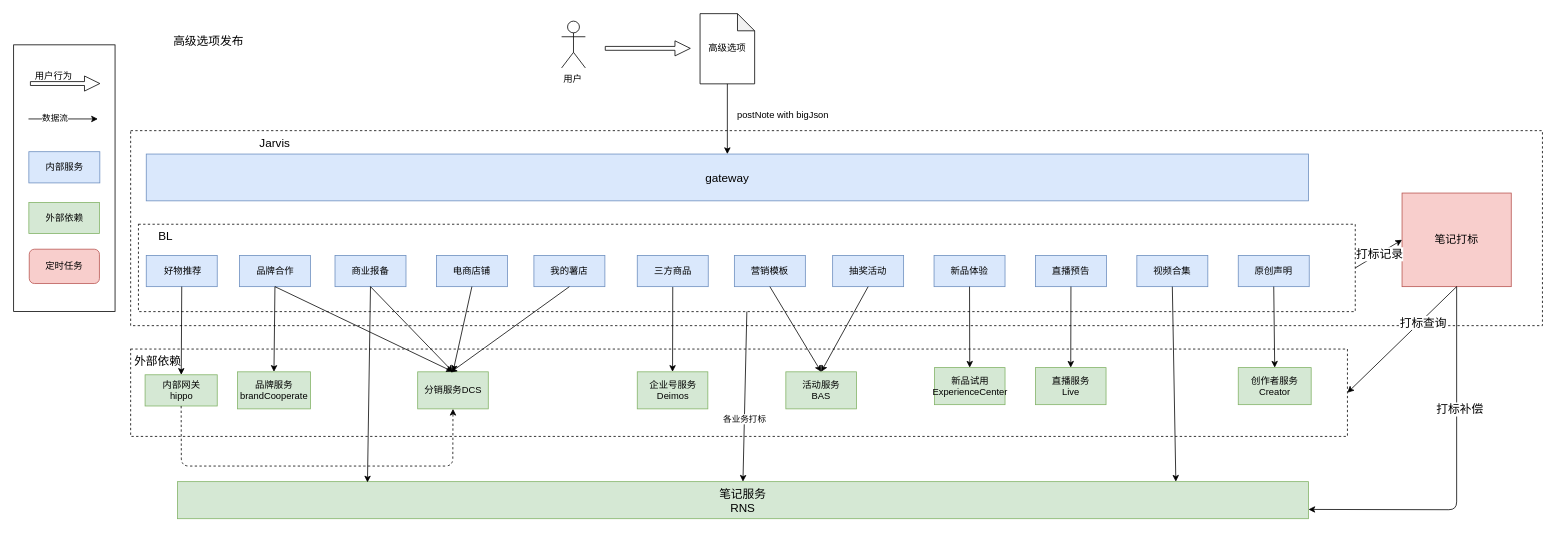
Earlier version of the draw.io diagram page "Page-1" (1 of 2) of xiaohongshu/高级选项架构图.drawio (windfansy/drawio). Source tidied: cells renumbered, new cells numbered last; positions are measured from the earlier drawing's top-left corner, leaving out a move shared by most shapes. Both pictures are drawn from the tidied source at 78%, with x=0, y=0 at pixel (13, 13).
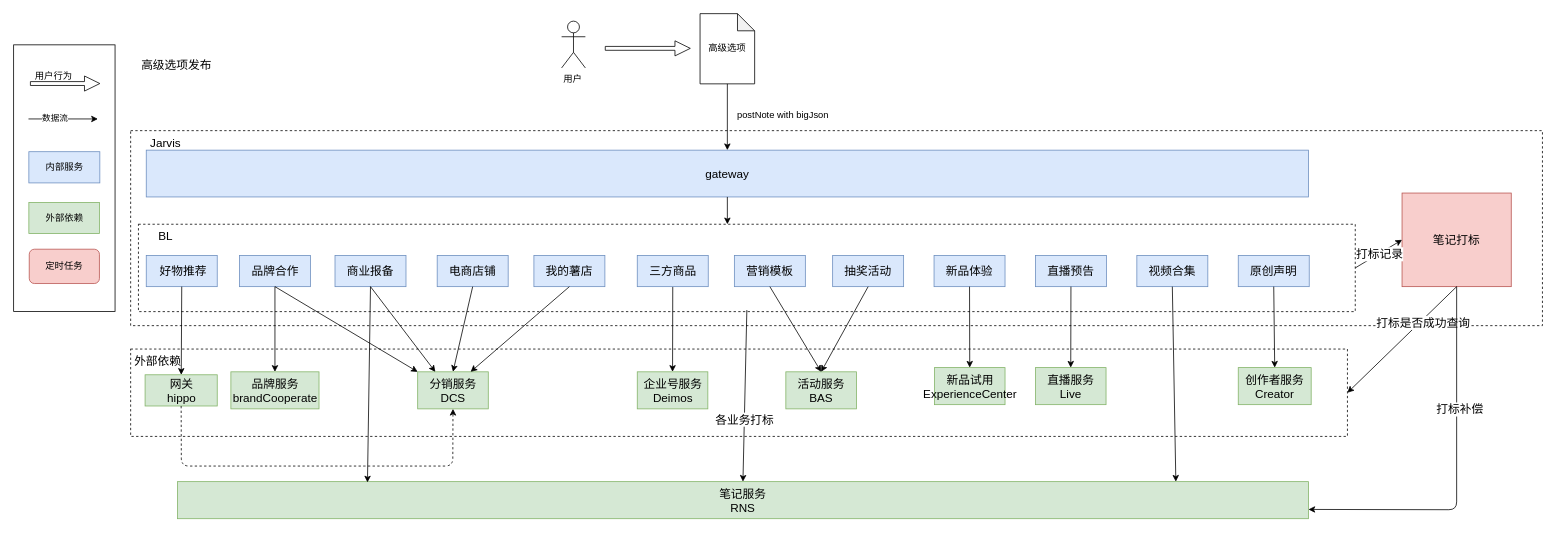
The same diagram, later.

The change refers to these unchanged cells:
```xml
<mxCell id="4" style="rounded=0;whiteSpace=wrap;html=1;dashed=1;fontSize=15;" parent="1" vertex="1">
  <mxGeometry x="160" y="270" width="1560" height="112" as="geometry" />
</mxCell>
<mxCell id="40" value="笔记服务&lt;br style=&quot;font-size: 15px;&quot;&gt;RNS" style="rounded=0;whiteSpace=wrap;html=1;fillColor=#d5e8d4;strokeColor=#82b366;fontSize=15;" parent="1" vertex="1">
  <mxGeometry x="210" y="600" width="1450" height="47.5" as="geometry" />
</mxCell>
<mxCell id="62" style="endArrow=classic;html=1;exitX=0.5;exitY=1;exitDx=0;exitDy=0;entryX=1;entryY=0.5;entryDx=0;entryDy=0;" parent="1" edge="1" source="61" target="2">
  <mxGeometry relative="1" as="geometry" />
</mxCell>
```

What changed in the source:
```diff
@@
     <mxCell id="7" value="gateway" style="rounded=0;whiteSpace=wrap;html=1;fillColor=#dae8fc;strokeColor=#6c8ebf;fontSize=15;" parent="1" vertex="1">
-      <mxGeometry x="170" y="180" width="1490" height="60" as="geometry" />
+      <mxGeometry x="170" y="175" width="1490" height="60" as="geometry" />
     </mxCell>
-    <mxCell id="8" value="分销服务DCS" style="rounded=0;whiteSpace=wrap;html=1;fillColor=#d5e8d4;strokeColor=#82b366;verticalAlign=middle;" parent="1" vertex="1">
+    <mxCell id="8" value="分销服务DCS" style="rounded=0;whiteSpace=wrap;html=1;fillColor=#d5e8d4;strokeColor=#82b366;verticalAlign=middle;fontSize=15;" parent="1" vertex="1">
       <mxGeometry x="518" y="459.2" width="90.5" height="47.5" as="geometry" />
     </mxCell>
@@
-    <mxCell id="10" value="内部网关&lt;br&gt;hippo" style="rounded=0;whiteSpace=wrap;html=1;fillColor=#d5e8d4;strokeColor=#82b366;" parent="1" vertex="1">
+    <mxCell id="10" value="网关&lt;br style=&quot;font-size: 15px&quot;&gt;hippo" style="rounded=0;whiteSpace=wrap;html=1;fillColor=#d5e8d4;strokeColor=#82b366;fontSize=15;" parent="1" vertex="1">
       <mxGeometry x="168.5" y="463" width="92.5" height="40" as="geometry" />
     </mxCell>
@@
     <mxCell id="15" value="高级选项发布" style="text;html=1;strokeColor=none;fillColor=none;align=center;verticalAlign=middle;whiteSpace=wrap;rounded=0;fontSize=15;" parent="1" vertex="1">
-      <mxGeometry x="168.5" width="161.5" height="70" as="geometry" />
+      <mxGeometry x="128" y="30" width="161.5" height="70" as="geometry" />
     </mxCell>
-    <mxCell id="16" value="&amp;nbsp;好物推荐" style="rounded=0;whiteSpace=wrap;html=1;fillColor=#dae8fc;strokeColor=#6c8ebf;" parent="1" vertex="1">
+    <mxCell id="16" value="&amp;nbsp;好物推荐" style="rounded=0;whiteSpace=wrap;html=1;fillColor=#dae8fc;strokeColor=#6c8ebf;fontSize=15;" parent="1" vertex="1">
       <mxGeometry x="170" y="310" width="91" height="40" as="geometry" />
     </mxCell>
@@
     <mxCell id="25" value="Jarvis" style="text;html=1;strokeColor=none;fillColor=none;align=center;verticalAlign=middle;whiteSpace=wrap;rounded=0;fontSize=15;" parent="1" vertex="1">
-      <mxGeometry x="280" y="140" width="110" height="50" as="geometry" />
+      <mxGeometry x="140" y="140" width="110" height="50" as="geometry" />
     </mxCell>
@@
-    <mxCell id="27" value="品牌合作" style="rounded=0;whiteSpace=wrap;html=1;fillColor=#dae8fc;strokeColor=#6c8ebf;" parent="1" vertex="1">
+    <mxCell id="27" value="品牌合作" style="rounded=0;whiteSpace=wrap;html=1;fillColor=#dae8fc;strokeColor=#6c8ebf;fontSize=15;" parent="1" vertex="1">
       <mxGeometry x="289.5" y="310" width="91" height="40" as="geometry" />
     </mxCell>
-    <mxCell id="28" value="商业报备" style="rounded=0;whiteSpace=wrap;html=1;fillColor=#dae8fc;strokeColor=#6c8ebf;" parent="1" vertex="1">
+    <mxCell id="28" value="商业报备" style="rounded=0;whiteSpace=wrap;html=1;fillColor=#dae8fc;strokeColor=#6c8ebf;fontSize=15;" parent="1" vertex="1">
       <mxGeometry x="412" y="310" width="91" height="40" as="geometry" />
     </mxCell>
-    <mxCell id="29" value="新品体验" style="rounded=0;whiteSpace=wrap;html=1;fillColor=#dae8fc;strokeColor=#6c8ebf;" parent="1" vertex="1">
+    <mxCell id="29" value="新品体验" style="rounded=0;whiteSpace=wrap;html=1;fillColor=#dae8fc;strokeColor=#6c8ebf;fontSize=15;" parent="1" vertex="1">
       <mxGeometry x="1180" y="310" width="91" height="40" as="geometry" />
     </mxCell>
-    <mxCell id="30" value="三方商品" style="rounded=0;whiteSpace=wrap;html=1;fillColor=#dae8fc;strokeColor=#6c8ebf;" parent="1" vertex="1">
+    <mxCell id="30" value="三方商品" style="rounded=0;whiteSpace=wrap;html=1;fillColor=#dae8fc;strokeColor=#6c8ebf;fontSize=15;" parent="1" vertex="1">
       <mxGeometry x="799.5" y="310" width="91" height="40" as="geometry" />
     </mxCell>
-    <mxCell id="31" value="营销模板" style="rounded=0;whiteSpace=wrap;html=1;fillColor=#dae8fc;strokeColor=#6c8ebf;" parent="1" vertex="1">
+    <mxCell id="31" value="营销模板" style="rounded=0;whiteSpace=wrap;html=1;fillColor=#dae8fc;strokeColor=#6c8ebf;fontSize=15;" parent="1" vertex="1">
       <mxGeometry x="924" y="310" width="91" height="40" as="geometry" />
     </mxCell>
-    <mxCell id="32" value="抽奖活动" style="rounded=0;whiteSpace=wrap;html=1;fillColor=#dae8fc;strokeColor=#6c8ebf;" parent="1" vertex="1">
+    <mxCell id="32" value="抽奖活动" style="rounded=0;whiteSpace=wrap;html=1;fillColor=#dae8fc;strokeColor=#6c8ebf;fontSize=15;" parent="1" vertex="1">
       <mxGeometry x="1050" y="310" width="91" height="40" as="geometry" />
     </mxCell>
-    <mxCell id="33" value="电商店铺" style="rounded=0;whiteSpace=wrap;html=1;fillColor=#dae8fc;strokeColor=#6c8ebf;" parent="1" vertex="1">
-      <mxGeometry x="542" y="310" width="91" height="40" as="geometry" />
+    <mxCell id="33" value="电商店铺" style="rounded=0;whiteSpace=wrap;html=1;fillColor=#dae8fc;strokeColor=#6c8ebf;fontSize=15;" parent="1" vertex="1">
+      <mxGeometry x="543" y="310" width="91" height="40" as="geometry" />
     </mxCell>
-    <mxCell id="34" value="我的薯店" style="rounded=0;whiteSpace=wrap;html=1;fillColor=#dae8fc;strokeColor=#6c8ebf;" parent="1" vertex="1">
+    <mxCell id="34" value="我的薯店" style="rounded=0;whiteSpace=wrap;html=1;fillColor=#dae8fc;strokeColor=#6c8ebf;fontSize=15;" parent="1" vertex="1">
       <mxGeometry x="667" y="310" width="91" height="40" as="geometry" />
     </mxCell>
-    <mxCell id="35" value="直播预告" style="rounded=0;whiteSpace=wrap;html=1;fillColor=#dae8fc;strokeColor=#6c8ebf;" parent="1" vertex="1">
+    <mxCell id="35" value="直播预告" style="rounded=0;whiteSpace=wrap;html=1;fillColor=#dae8fc;strokeColor=#6c8ebf;fontSize=15;" parent="1" vertex="1">
       <mxGeometry x="1310" y="310" width="91" height="40" as="geometry" />
     </mxCell>
-    <mxCell id="36" value="视频合集" style="rounded=0;whiteSpace=wrap;html=1;fillColor=#dae8fc;strokeColor=#6c8ebf;" parent="1" vertex="1">
+    <mxCell id="36" value="视频合集" style="rounded=0;whiteSpace=wrap;html=1;fillColor=#dae8fc;strokeColor=#6c8ebf;fontSize=15;" parent="1" vertex="1">
       <mxGeometry x="1440" y="310" width="91" height="40" as="geometry" />
     </mxCell>
-    <mxCell id="37" value="原创声明" style="rounded=0;whiteSpace=wrap;html=1;fillColor=#dae8fc;strokeColor=#6c8ebf;" parent="1" vertex="1">
+    <mxCell id="37" value="原创声明" style="rounded=0;whiteSpace=wrap;html=1;fillColor=#dae8fc;strokeColor=#6c8ebf;fontSize=15;" parent="1" vertex="1">
       <mxGeometry x="1570" y="310" width="91" height="40" as="geometry" />
     </mxCell>
-    <mxCell id="38" style="endArrow=classic;html=1;fontSize=15;exitX=0.5;exitY=1;exitDx=0;exitDy=0;dashed=1;entryX=0.5;entryY=1;entryDx=0;entryDy=0;" parent="1" edge="1" source="10" target="8">
+    <mxCell id="38" style="endArrow=classic;html=1;fontSize=15;exitX=0.5;exitY=1;exitDx=0;exitDy=0;dashed=1;entryX=0.5;entryY=1;entryDx=0;entryDy=0;endFill=1;" parent="1" edge="1" source="10" target="8">
       <mxGeometry relative="1" as="geometry">
         <Array as="points">
           <mxPoint x="215" y="580" />
           <mxPoint x="340" y="580" />
           <mxPoint x="460" y="580" />
           <mxPoint x="563" y="580" />
         </Array>
       </mxGeometry>
     </mxCell>
-    <mxCell id="39" value="品牌服务brandCooperate" style="rounded=0;whiteSpace=wrap;html=1;fillColor=#d5e8d4;strokeColor=#82b366;" parent="1" vertex="1">
-      <mxGeometry x="287" y="459.2" width="93.5" height="47.5" as="geometry" />
+    <mxCell id="39" value="品牌服务brandCooperate" style="rounded=0;whiteSpace=wrap;html=1;fillColor=#d5e8d4;strokeColor=#82b366;fontSize=15;" parent="1" vertex="1">
+      <mxGeometry x="278.5" y="459.2" width="113" height="47.5" as="geometry" />
     </mxCell>
@@
-    <mxCell id="42" style="endArrow=classic;html=1;fontSize=15;exitX=0.5;exitY=1;exitDx=0;exitDy=0;" parent="1" edge="1" source="27">
-      <mxGeometry relative="1" as="geometry">
-        <mxPoint x="563" y="459" as="targetPoint" />
-      </mxGeometry>
+    <mxCell id="42" style="endArrow=classic;html=1;fontSize=15;exitX=0.5;exitY=1;exitDx=0;exitDy=0;entryX=0;entryY=0;entryDx=0;entryDy=0;" parent="1" edge="1" source="27" target="8">
+      <mxGeometry relative="1" as="geometry" />
     </mxCell>
@@
-    <mxCell id="44" style="endArrow=classic;html=1;fontSize=15;exitX=0.5;exitY=1;exitDx=0;exitDy=0;entryX=0.5;entryY=0;entryDx=0;entryDy=0;" parent="1" edge="1" source="28" target="8">
+    <mxCell id="44" style="endArrow=classic;html=1;fontSize=15;exitX=0.5;exitY=1;exitDx=0;exitDy=0;entryX=0.25;entryY=0;entryDx=0;entryDy=0;" parent="1" edge="1" source="28" target="8">
       <mxGeometry relative="1" as="geometry" />
     </mxCell>
@@
-    <mxCell id="46" style="endArrow=classic;html=1;fontSize=15;exitX=0.5;exitY=1;exitDx=0;exitDy=0;" parent="1" edge="1" source="34">
-      <mxGeometry relative="1" as="geometry">
-        <mxPoint x="560" y="460" as="targetPoint" />
-      </mxGeometry>
+    <mxCell id="46" style="endArrow=classic;html=1;fontSize=15;exitX=0.5;exitY=1;exitDx=0;exitDy=0;entryX=0.75;entryY=0;entryDx=0;entryDy=0;" parent="1" edge="1" source="34" target="8">
+      <mxGeometry relative="1" as="geometry" />
     </mxCell>
-    <mxCell id="47" value="企业号服务&lt;br&gt;Deimos" style="rounded=0;whiteSpace=wrap;html=1;fillColor=#d5e8d4;strokeColor=#82b366;verticalAlign=middle;" parent="1" vertex="1">
+    <mxCell id="47" value="企业号服务&lt;br style=&quot;font-size: 15px;&quot;&gt;Deimos" style="rounded=0;whiteSpace=wrap;html=1;fillColor=#d5e8d4;strokeColor=#82b366;verticalAlign=middle;fontSize=15;" parent="1" vertex="1">
       <mxGeometry x="799.5" y="459.2" width="90.5" height="47.5" as="geometry" />
     </mxCell>
-    <mxCell id="48" value="活动服务&lt;br&gt;BAS" style="rounded=0;whiteSpace=wrap;html=1;fillColor=#d5e8d4;strokeColor=#82b366;verticalAlign=middle;" parent="1" vertex="1">
+    <mxCell id="48" value="活动服务&lt;br style=&quot;font-size: 15px;&quot;&gt;BAS" style="rounded=0;whiteSpace=wrap;html=1;fillColor=#d5e8d4;strokeColor=#82b366;verticalAlign=middle;fontSize=15;" parent="1" vertex="1">
       <mxGeometry x="990" y="459.2" width="90.5" height="47.5" as="geometry" />
     </mxCell>
@@
-    <mxCell id="51" value="新品试用&lt;br&gt;ExperienceCenter" style="rounded=0;whiteSpace=wrap;html=1;fillColor=#d5e8d4;strokeColor=#82b366;verticalAlign=middle;" parent="1" vertex="1">
+    <mxCell id="51" value="新品试用&lt;br style=&quot;font-size: 15px;&quot;&gt;ExperienceCenter" style="rounded=0;whiteSpace=wrap;html=1;fillColor=#d5e8d4;strokeColor=#82b366;verticalAlign=middle;fontSize=15;" parent="1" vertex="1">
       <mxGeometry x="1180.5" y="453.8" width="90.5" height="47.5" as="geometry" />
     </mxCell>
@@
-    <mxCell id="53" value="直播服务&lt;br&gt;Live" style="rounded=0;whiteSpace=wrap;html=1;fillColor=#d5e8d4;strokeColor=#82b366;verticalAlign=middle;" parent="1" vertex="1">
+    <mxCell id="53" value="直播服务&lt;br style=&quot;font-size: 15px;&quot;&gt;Live" style="rounded=0;whiteSpace=wrap;html=1;fillColor=#d5e8d4;strokeColor=#82b366;verticalAlign=middle;fontSize=15;" parent="1" vertex="1">
       <mxGeometry x="1310" y="453.8" width="90.5" height="47.5" as="geometry" />
     </mxCell>
-    <mxCell id="54" value="创作者服务&lt;br&gt;Creator" style="rounded=0;whiteSpace=wrap;html=1;fillColor=#d5e8d4;strokeColor=#82b366;" parent="1" vertex="1">
+    <mxCell id="54" value="创作者服务&lt;br style=&quot;font-size: 15px;&quot;&gt;Creator" style="rounded=0;whiteSpace=wrap;html=1;fillColor=#d5e8d4;strokeColor=#82b366;fontSize=15;" parent="1" vertex="1">
       <mxGeometry x="1570" y="453.8" width="93.5" height="47.5" as="geometry" />
     </mxCell>
@@
-    <mxCell id="58" style="endArrow=classic;html=1;fontSize=15;exitX=0.5;exitY=1;exitDx=0;exitDy=0;entryX=0.5;entryY=0;entryDx=0;entryDy=0;" parent="1" edge="1" source="4" target="40">
-      <mxGeometry relative="1" as="geometry" />
+    <mxCell id="58" style="endArrow=classic;html=1;fontSize=15;entryX=0.5;entryY=0;entryDx=0;entryDy=0;" parent="1" edge="1" target="40">
+      <mxGeometry relative="1" as="geometry">
+        <mxPoint x="940" y="380" as="sourcePoint" />
+      </mxGeometry>
     </mxCell>
-    <mxCell id="59" value="各业务打标" style="edgeLabel;html=1;align=center;verticalAlign=middle;" parent="58" vertex="1">
+    <mxCell id="59" value="各业务打标" style="edgeLabel;html=1;align=center;verticalAlign=middle;fontSize=15;" parent="58" vertex="1">
       <mxGeometry x="0.27" relative="1" as="geometry" />
     </mxCell>
@@
-    <mxCell id="61" value="笔记打标" style="rounded=0;whiteSpace=wrap;html=1;fillColor=#f8cecc;strokeColor=#b85450;fontSize=14;" parent="1" vertex="1">
+    <mxCell id="61" value="笔记打标" style="rounded=0;whiteSpace=wrap;html=1;fillColor=#f8cecc;strokeColor=#b85450;fontSize=15;" parent="1" vertex="1">
       <mxGeometry x="1780" y="230" width="140" height="120" as="geometry" />
     </mxCell>
@@
-    <mxCell id="63" value="打标查询" style="edgeLabel;html=1;align=center;verticalAlign=middle;fontSize=15;" parent="62" vertex="1">
+    <mxCell id="63" value="打标是否成功查询" style="edgeLabel;html=1;align=center;verticalAlign=middle;fontSize=15;" parent="62" vertex="1">
       <mxGeometry x="-0.34" y="3" relative="1" as="geometry">
         <mxPoint y="-1" as="offset" />
       </mxGeometry>
     </mxCell>
@@
+    <mxCell id="68" style="endArrow=classic;html=1;entryX=0.484;entryY=0;entryDx=0;entryDy=0;exitX=0.5;exitY=1;exitDx=0;exitDy=0;entryPerimeter=0;" parent="1" edge="1" source="7" target="4">
+      <mxGeometry relative="1" as="geometry" />
+    </mxCell>
```
